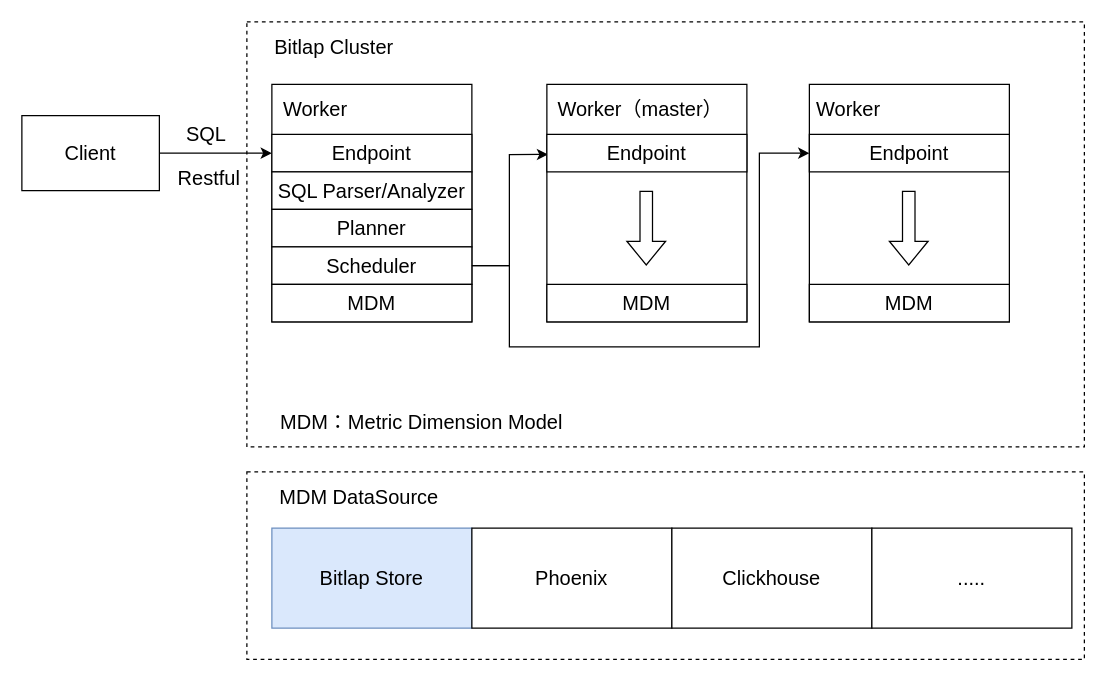
Earlier version of the draw.io diagram 2021-06-09.drawio (IceMimosa/drawio). Source tidied: cells renumbered, new cells numbered last; positions are measured from the earlier drawing's top-left corner, leaving out a move shared by most shapes. Both pictures are drawn from the tidied source at 125%, with x=0, y=0 at pixel (21, 21).
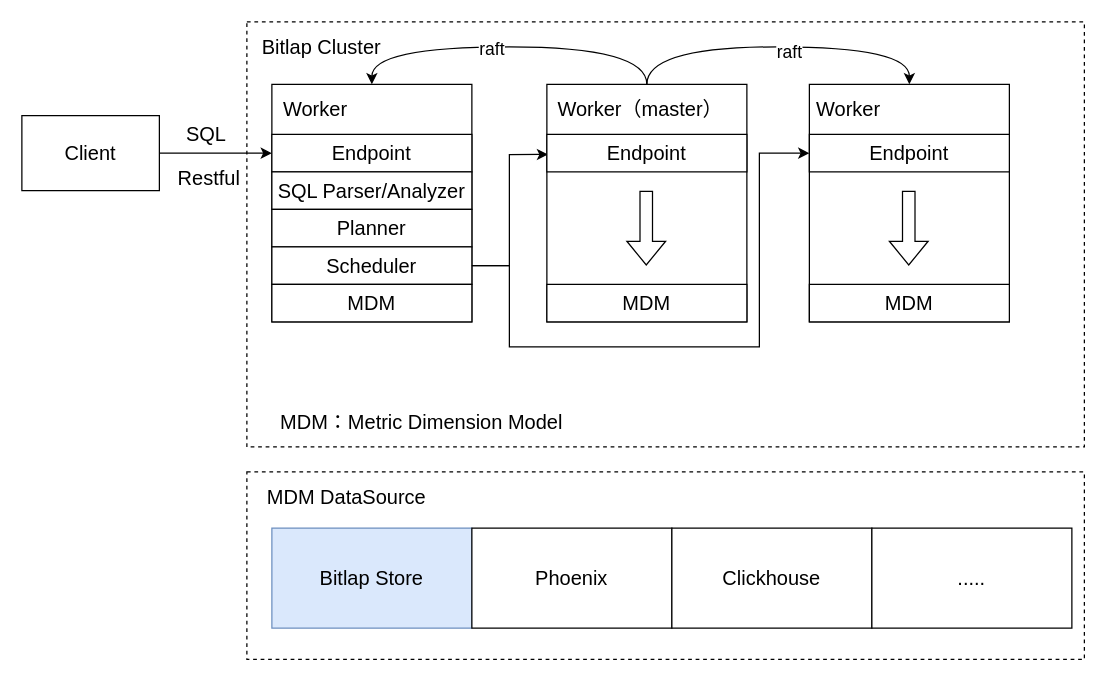
The same diagram, later.

Unchanged cells that the change refers to:
```xml
<mxCell id="6" style="rounded=0;whiteSpace=wrap;html=1;fontSize=16;" parent="1" vertex="1">
  <mxGeometry x="200" y="50" width="160" height="190" as="geometry" />
</mxCell>
<mxCell id="8" style="rounded=0;whiteSpace=wrap;html=1;fontSize=16;" parent="1" vertex="1">
  <mxGeometry x="420" y="50" width="160" height="190" as="geometry" />
</mxCell>
<mxCell id="20" style="rounded=0;whiteSpace=wrap;html=1;fontSize=16;" parent="1" vertex="1">
  <mxGeometry x="630" y="50" width="160" height="190" as="geometry" />
</mxCell>
```

Change to the diagram source:
```diff
@@
+    <mxCell id="34" style="edgeStyle=orthogonalEdgeStyle;rounded=0;jettySize=auto;html=1;exitX=0.5;exitY=0;exitDx=0;exitDy=0;entryX=0.5;entryY=0;entryDx=0;entryDy=0;curved=1;" parent="1" edge="1" source="8" target="6">
+      <mxGeometry relative="1" as="geometry">
+        <Array as="points">
+          <mxPoint x="500" y="20" />
+          <mxPoint x="280" y="20" />
+        </Array>
+      </mxGeometry>
+    </mxCell>
+    <mxCell id="35" value="raft" style="edgeLabel;html=1;align=center;verticalAlign=middle;fontSize=14;" parent="34" vertex="1">
+      <mxGeometry x="0.11" y="1" relative="1" as="geometry" />
+    </mxCell>
+    <mxCell id="36" style="edgeStyle=orthogonalEdgeStyle;curved=1;rounded=0;jettySize=auto;html=1;exitX=0.5;exitY=0;exitDx=0;exitDy=0;entryX=0.5;entryY=0;entryDx=0;entryDy=0;" parent="1" edge="1" source="8" target="20">
+      <mxGeometry relative="1" as="geometry">
+        <Array as="points">
+          <mxPoint x="500" y="20" />
+          <mxPoint x="710" y="20" />
+        </Array>
+      </mxGeometry>
+    </mxCell>
+    <mxCell id="37" value="raft" style="edgeLabel;html=1;align=center;verticalAlign=middle;fontSize=14;" parent="36" vertex="1">
+      <mxGeometry x="0.06" y="-3" relative="1" as="geometry" />
+    </mxCell>
@@
     <mxCell id="27" value="Bitlap Cluster" style="text;html=1;strokeColor=none;fillColor=none;align=center;verticalAlign=middle;whiteSpace=wrap;rounded=0;dashed=1;fontSize=16;" parent="1" vertex="1">
-      <mxGeometry x="190" y="10" width="120" height="20" as="geometry" />
+      <mxGeometry x="180" y="10" width="120" height="20" as="geometry" />
     </mxCell>
@@
     <mxCell id="32" value="MDM DataSource" style="text;html=1;strokeColor=none;fillColor=none;align=center;verticalAlign=middle;whiteSpace=wrap;rounded=0;dashed=1;fontSize=16;" parent="1" vertex="1">
-      <mxGeometry x="190" y="370" width="160" height="20" as="geometry" />
+      <mxGeometry x="180" y="370" width="160" height="20" as="geometry" />
     </mxCell>
```
